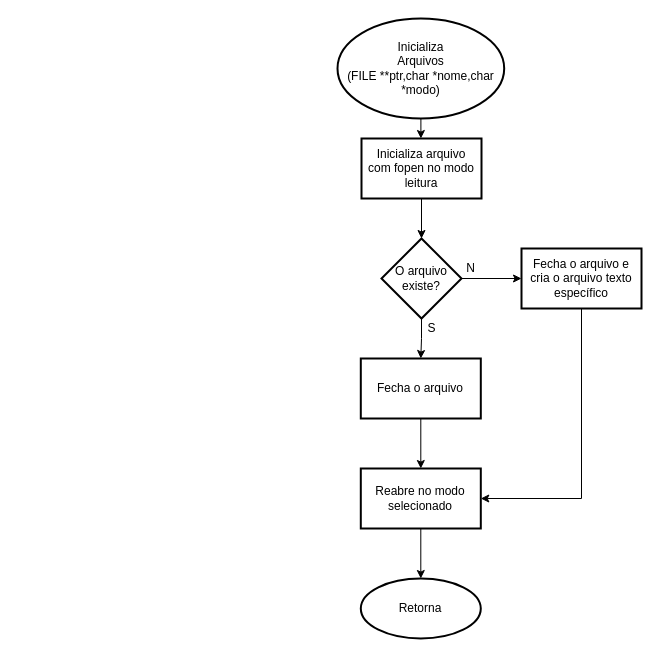
Before: Fluxograma/inicializa_arquivos.drawio in riquetret/Mania-Filmes, a draw.io diagram. Source tidied: cells renumbered, new cells numbered last; positions are measured from the earlier drawing's top-left corner, leaving out a move shared by most shapes. Both pictures are drawn from the tidied source at 100%, with x=0, y=0 at pixel (337, 18).
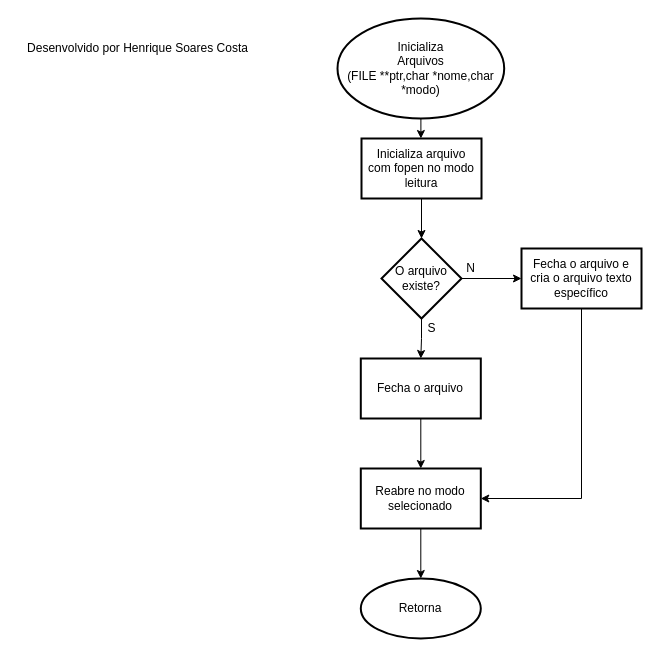
The same diagram, later.

The edit, as a diff of the source:
```diff
@@
 <mxGraphModel>
   <root>
     <mxCell id="0" />
     <mxCell id="1" parent="0" />
     <mxCell id="2" style="edgeStyle=orthogonalEdgeStyle;rounded=0;jettySize=auto;html=1;" parent="1" edge="1" source="3" target="5">
       <mxGeometry relative="1" as="geometry" />
     </mxCell>
     <mxCell id="3" value="Inicializa&lt;br&gt;Arquivos&lt;br&gt;(FILE **ptr,char *nome,char *modo)" style="strokeWidth=2;html=1;shape=mxgraph.flowchart.start_1;whiteSpace=wrap;" parent="1" vertex="1">
       <mxGeometry width="166.7" height="100" as="geometry" />
     </mxCell>
     <mxCell id="4" style="edgeStyle=orthogonalEdgeStyle;rounded=0;jettySize=auto;html=1;" parent="1" edge="1" source="5" target="8">
       <mxGeometry relative="1" as="geometry" />
     </mxCell>
     <mxCell id="5" value="Inicializa arquivo&lt;br&gt;com fopen no modo leitura" style="whiteSpace=wrap;html=1;strokeWidth=2;" parent="1" vertex="1">
       <mxGeometry x="24" y="120" width="120" height="60" as="geometry" />
     </mxCell>
     <mxCell id="6" style="edgeStyle=orthogonalEdgeStyle;rounded=0;jettySize=auto;html=1;" parent="1" edge="1" source="8" target="10">
       <mxGeometry relative="1" as="geometry" />
     </mxCell>
     <mxCell id="7" style="edgeStyle=orthogonalEdgeStyle;rounded=0;jettySize=auto;html=1;" parent="1" edge="1" source="8" target="13">
       <mxGeometry relative="1" as="geometry" />
     </mxCell>
     <mxCell id="8" value="O arquivo existe?" style="rhombus;whiteSpace=wrap;html=1;strokeWidth=2;" parent="1" vertex="1">
       <mxGeometry x="44" y="220" width="80" height="80" as="geometry" />
     </mxCell>
     <mxCell id="9" style="edgeStyle=orthogonalEdgeStyle;rounded=0;jettySize=auto;html=1;" parent="1" edge="1" source="10" target="15">
       <mxGeometry relative="1" as="geometry" />
     </mxCell>
     <mxCell id="10" value="Fecha o arquivo" style="whiteSpace=wrap;html=1;strokeWidth=2;" parent="1" vertex="1">
       <mxGeometry x="23.3" y="340" width="120" height="60" as="geometry" />
     </mxCell>
     <mxCell id="11" value="S" style="text;html=1;align=center;verticalAlign=middle;strokeColor=none;fillColor=none;" parent="1" vertex="1">
       <mxGeometry x="84" y="300" width="20" height="20" as="geometry" />
     </mxCell>
     <mxCell id="12" style="edgeStyle=orthogonalEdgeStyle;rounded=0;jettySize=auto;html=1;exitX=0.5;exitY=1;exitDx=0;exitDy=0;entryX=1;entryY=0.5;entryDx=0;entryDy=0;" parent="1" edge="1" source="13" target="15">
       <mxGeometry relative="1" as="geometry" />
     </mxCell>
     <mxCell id="13" value="Fecha o arquivo e cria o arquivo texto específico" style="whiteSpace=wrap;html=1;strokeWidth=2;" parent="1" vertex="1">
       <mxGeometry x="184" y="230" width="120" height="60" as="geometry" />
     </mxCell>
     <mxCell id="14" style="edgeStyle=orthogonalEdgeStyle;rounded=0;jettySize=auto;html=1;" parent="1" edge="1" source="15" target="17">
       <mxGeometry relative="1" as="geometry" />
     </mxCell>
     <mxCell id="15" value="&lt;span&gt;Reabre no modo selecionado&lt;/span&gt;" style="whiteSpace=wrap;html=1;strokeWidth=2;" parent="1" vertex="1">
       <mxGeometry x="23.3" y="450" width="120" height="60" as="geometry" />
     </mxCell>
     <mxCell id="16" value="N" style="text;html=1;align=center;verticalAlign=middle;strokeColor=none;fillColor=none;" parent="1" vertex="1">
       <mxGeometry x="123.3" y="240" width="20" height="20" as="geometry" />
     </mxCell>
     <mxCell id="17" value="Retorna" style="ellipse;whiteSpace=wrap;html=1;strokeWidth=2;" parent="1" vertex="1">
       <mxGeometry x="23.3" y="560" width="120" height="60" as="geometry" />
     </mxCell>
+    <mxCell id="18" value="Desenvolvido por Henrique Soares Costa" style="text;html=1;align=center;verticalAlign=middle;strokeColor=none;fillColor=none;" parent="1" vertex="1">
+      <mxGeometry x="-320" y="20" width="240" height="20" as="geometry" />
+    </mxCell>
   </root>
 </mxGraphModel>
```
